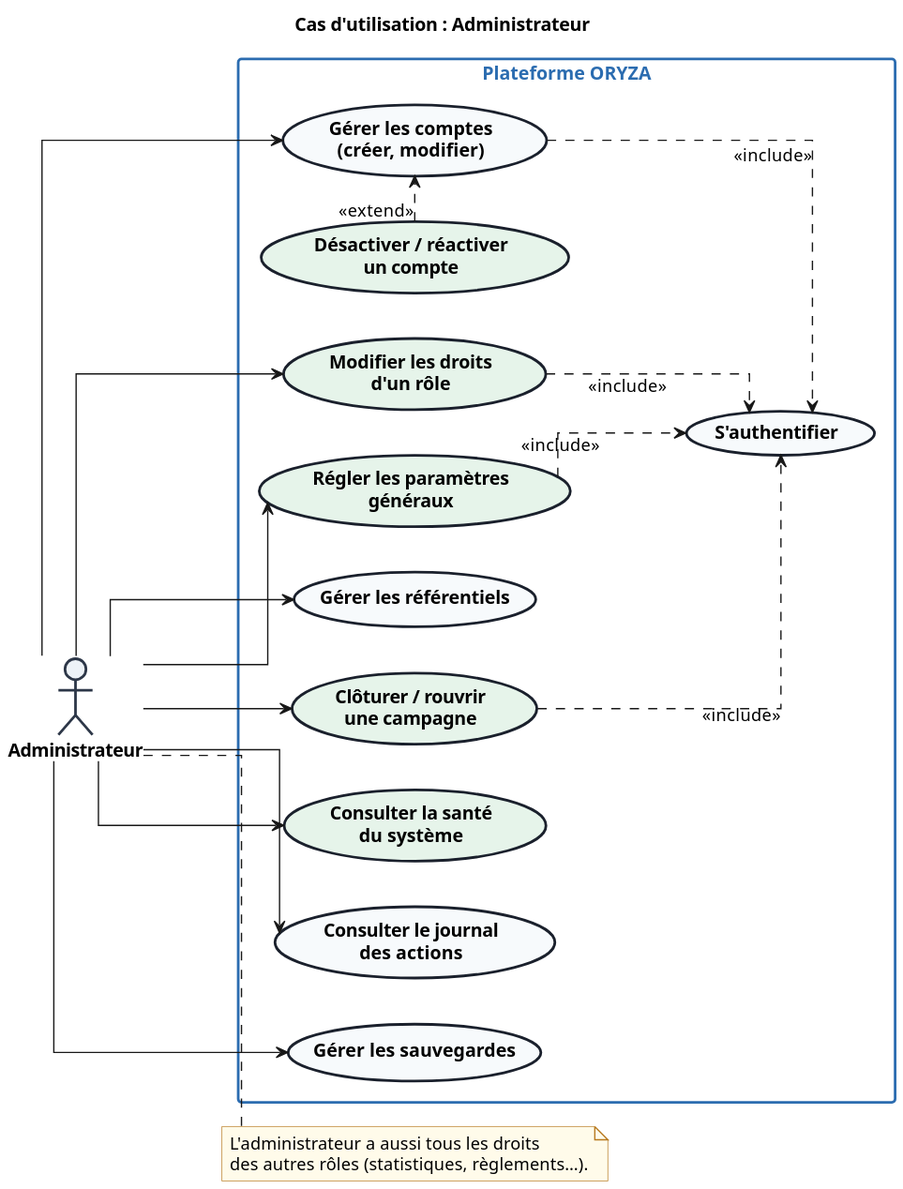
Before: docs/v2/usecases/uc_administrateur.svg, a diagram exported from PlantUML (marasse-codec/ORYZAPP).
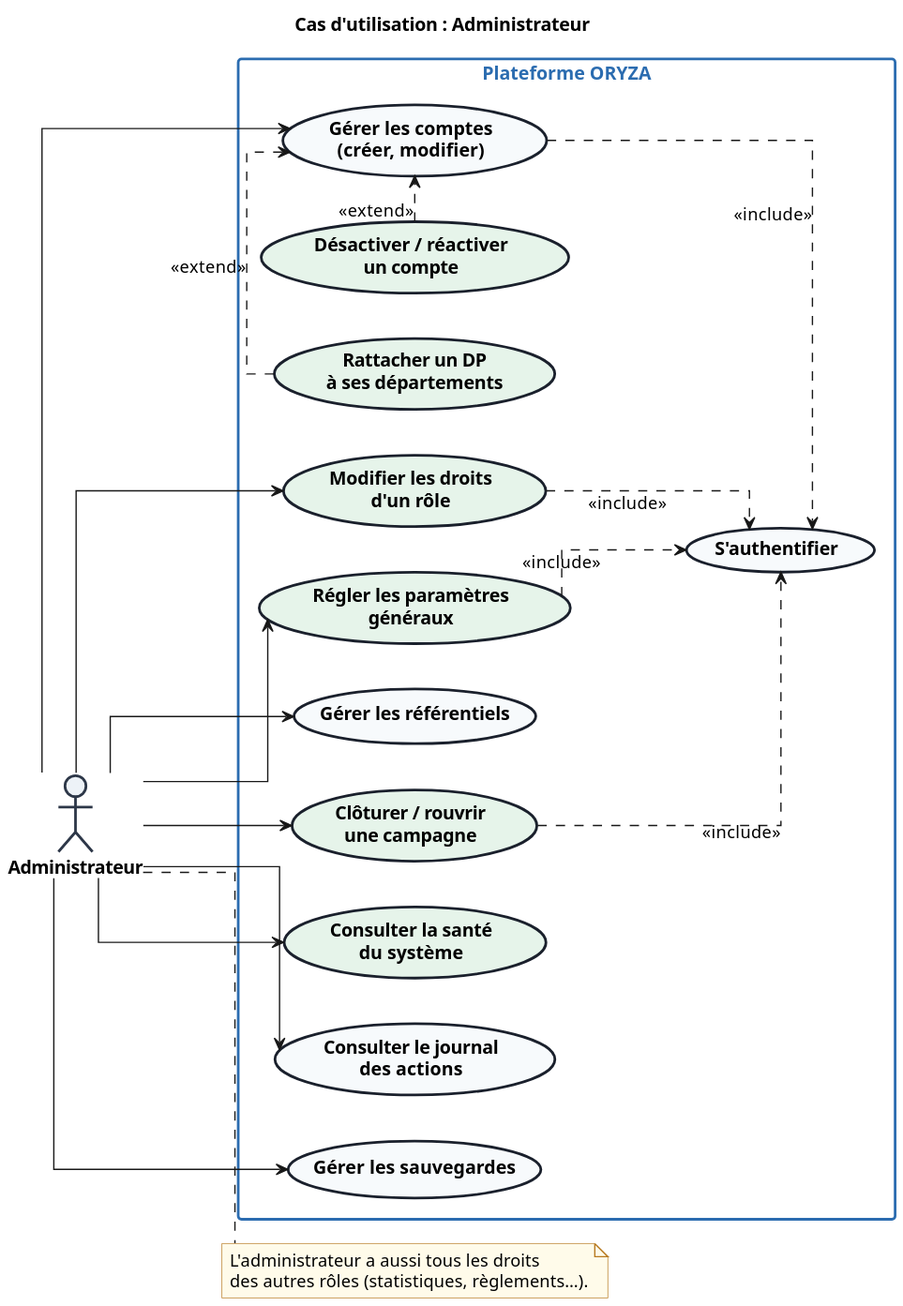
The same file after the commit.

Diff of the diagram source:
```diff
@@ -9,6 +9,7 @@
     usecase "S'authentifier" as UC_Auth
 
     usecase "Gérer les comptes\n(créer, modifier)" as UC_Comptes
+    usecase "Rattacher un DP\nà ses départements" as UC_Departements $NOUVEAU
     usecase "Désactiver / réactiver\nun compte" as UC_Desactiver $NOUVEAU
     usecase "Modifier les droits\nd'un rôle" as UC_Droits $NOUVEAU
     usecase "Régler les paramètres\ngénéraux" as UC_Parametres $NOUVEAU
@@ -29,6 +30,7 @@
 Admin --> UC_Sauvegardes
 
 UC_Desactiver .> UC_Comptes : <<extend>>
+UC_Departements .> UC_Comptes : <<extend>>
 
 UC_Comptes ..> UC_Auth : <<include>>
 UC_Droits ..> UC_Auth : <<include>>
```
